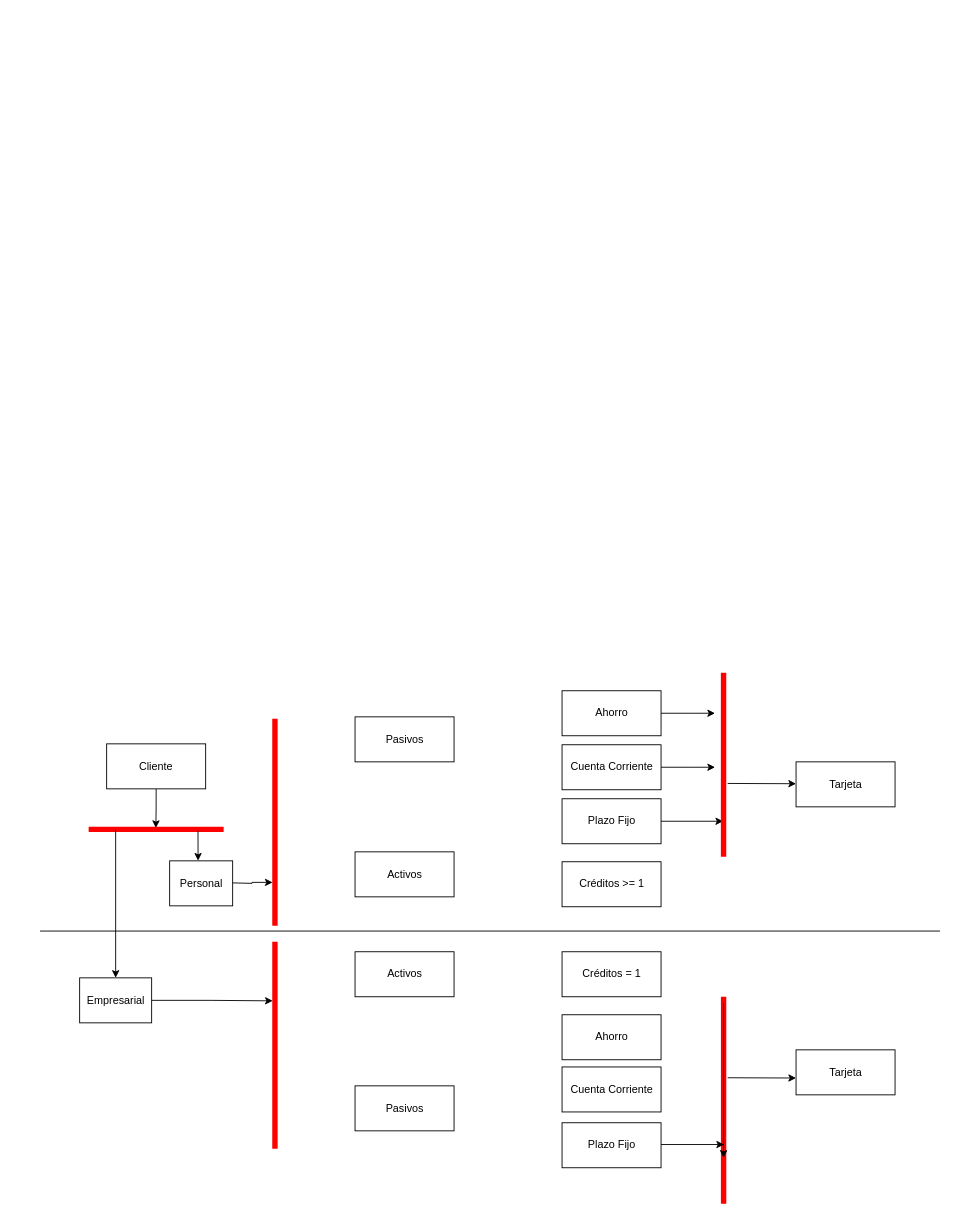
Earlier version of the draw.io diagram Untitled Diagram.drawio (SanesTony/DiagramaProyS1). Source tidied: cells renumbered, new cells numbered last; positions are measured from the earlier drawing's top-left corner, leaving out a move shared by most shapes. Both pictures are drawn from the tidied source at 90%, with x=0, y=0 at pixel (40, 690).
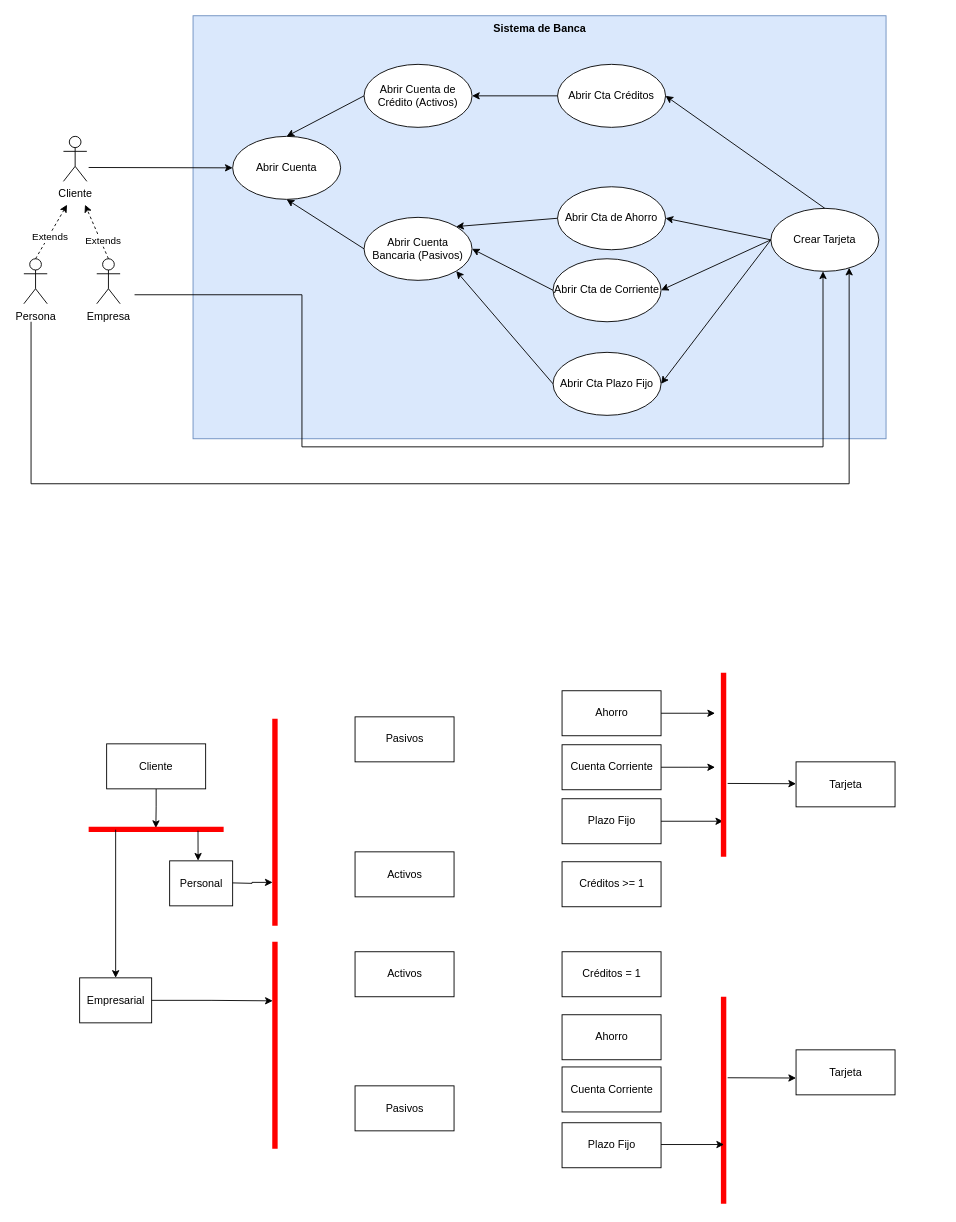
The same diagram, later.

Diff of the diagram source:
```diff
@@
+    <mxCell id="37" value="&lt;b&gt;Sistema de Banca&lt;/b&gt;" style="html=1;verticalAlign=top;fillColor=#dae8fc;strokeColor=#6c8ebf;" parent="1" vertex="1">
+      <mxGeometry x="170" y="-750" width="770" height="470" as="geometry" />
+    </mxCell>
@@
-    <mxCell id="29" style="line;strokeWidth=1;fillColor=none;align=left;verticalAlign=middle;spacingTop=-1;spacingLeft=3;spacingRight=3;labelPosition=right;" parent="1" vertex="1">
-      <mxGeometry y="263" width="1000" height="8" as="geometry" />
-    </mxCell>
@@
-    <mxCell id="34" style="edgeStyle=orthogonalEdgeStyle;rounded=0;orthogonalLoop=1;jettySize=auto;html=1;exitX=0.75;exitY=0.5;exitDx=0;exitDy=0;exitPerimeter=0;" parent="1" edge="1">
-      <mxGeometry relative="1" as="geometry">
-        <mxPoint x="759.5" y="346.5" as="sourcePoint" />
-        <mxPoint x="759.5" y="519" as="targetPoint" />
-      </mxGeometry>
-    </mxCell>
@@
+    <mxCell id="38" value="Cliente" style="shape=umlActor;verticalLabelPosition=bottom;verticalAlign=top;html=1;" parent="1" vertex="1">
+      <mxGeometry x="26" y="-616" width="26" height="50" as="geometry" />
+    </mxCell>
+    <mxCell id="39" value="Persona" style="shape=umlActor;verticalLabelPosition=bottom;verticalAlign=top;html=1;outlineConnect=0;" parent="1" vertex="1">
+      <mxGeometry x="-18" y="-480" width="26" height="50" as="geometry" />
+    </mxCell>
+    <mxCell id="40" value="Empresa" style="shape=umlActor;verticalLabelPosition=bottom;verticalAlign=top;html=1;outlineConnect=0;" parent="1" vertex="1">
+      <mxGeometry x="63" y="-480" width="26" height="50" as="geometry" />
+    </mxCell>
+    <mxCell id="41" value="Abrir Cuenta" style="ellipse;whiteSpace=wrap;html=1;" parent="1" vertex="1">
+      <mxGeometry x="214" y="-616" width="120" height="70" as="geometry" />
+    </mxCell>
+    <mxCell id="42" value="Abrir Cuenta de Crédito (Activos)" style="ellipse;whiteSpace=wrap;html=1;" parent="1" vertex="1">
+      <mxGeometry x="360" y="-696" width="120" height="70" as="geometry" />
+    </mxCell>
+    <mxCell id="43" value="Abrir Cta de Corriente" style="ellipse;whiteSpace=wrap;html=1;" parent="1" vertex="1">
+      <mxGeometry x="570" y="-480" width="120" height="70" as="geometry" />
+    </mxCell>
+    <mxCell id="44" value="Abrir Cta Plazo Fijo" style="ellipse;whiteSpace=wrap;html=1;" parent="1" vertex="1">
+      <mxGeometry x="570" y="-376" width="120" height="70" as="geometry" />
+    </mxCell>
+    <mxCell id="45" value="Abrir Cta Créditos" style="ellipse;whiteSpace=wrap;html=1;" parent="1" vertex="1">
+      <mxGeometry x="575" y="-696" width="120" height="70" as="geometry" />
+    </mxCell>
+    <mxCell id="46" value="Crear Tarjeta" style="ellipse;whiteSpace=wrap;html=1;" parent="1" vertex="1">
+      <mxGeometry x="812" y="-536" width="120" height="70" as="geometry" />
+    </mxCell>
+    <mxCell id="47" value="Abrir Cta de Ahorro" style="ellipse;whiteSpace=wrap;html=1;" parent="1" vertex="1">
+      <mxGeometry x="575" y="-560" width="120" height="70" as="geometry" />
+    </mxCell>
+    <mxCell id="48" value="Abrir Cuenta Bancaria (Pasivos)" style="ellipse;whiteSpace=wrap;html=1;" parent="1" vertex="1">
+      <mxGeometry x="360" y="-526" width="120" height="70" as="geometry" />
+    </mxCell>
+    <mxCell id="49" style="edgeStyle=orthogonalEdgeStyle;rounded=0;jettySize=auto;html=1;entryX=0.725;entryY=0.943;entryDx=0;entryDy=0;entryPerimeter=0;" parent="1" edge="1" target="46">
+      <mxGeometry relative="1" as="geometry">
+        <mxPoint x="-10" y="-410" as="sourcePoint" />
+        <Array as="points">
+          <mxPoint x="-10" y="-410" />
+          <mxPoint x="-10" y="-230" />
+          <mxPoint x="899" y="-230" />
+        </Array>
+      </mxGeometry>
+    </mxCell>
+    <mxCell id="50" style="edgeStyle=orthogonalEdgeStyle;rounded=0;jettySize=auto;html=1;entryX=0.483;entryY=1;entryDx=0;entryDy=0;entryPerimeter=0;" parent="1" edge="1" target="46">
+      <mxGeometry relative="1" as="geometry">
+        <mxPoint x="105" y="-440" as="sourcePoint" />
+        <Array as="points">
+          <mxPoint x="105" y="-440" />
+          <mxPoint x="291" y="-440" />
+          <mxPoint x="291" y="-271" />
+          <mxPoint x="870" y="-271" />
+        </Array>
+      </mxGeometry>
+    </mxCell>
+    <mxCell id="51" style="endArrow=classic;html=1;rounded=0;exitX=1;exitY=1;exitDx=0;exitDy=0;exitPerimeter=0;entryX=0;entryY=0.5;entryDx=0;entryDy=0;" parent="1" edge="1" target="41">
+      <mxGeometry relative="1" as="geometry">
+        <mxPoint x="54" y="-581.4" as="sourcePoint" />
+      </mxGeometry>
+    </mxCell>
+    <mxCell id="52" style="endArrow=classic;html=1;rounded=0;entryX=0.5;entryY=0;entryDx=0;entryDy=0;exitX=0;exitY=0.5;exitDx=0;exitDy=0;" parent="1" edge="1" source="42" target="41">
+      <mxGeometry relative="1" as="geometry" />
+    </mxCell>
+    <mxCell id="53" style="endArrow=classic;html=1;rounded=0;entryX=0.5;entryY=1;entryDx=0;entryDy=0;exitX=0;exitY=0.5;exitDx=0;exitDy=0;" parent="1" edge="1" source="48" target="41">
+      <mxGeometry relative="1" as="geometry" />
+    </mxCell>
+    <mxCell id="54" style="endArrow=classic;html=1;rounded=0;entryX=1;entryY=1;entryDx=0;entryDy=0;exitX=0;exitY=0.5;exitDx=0;exitDy=0;" parent="1" edge="1" source="44" target="48">
+      <mxGeometry relative="1" as="geometry" />
+    </mxCell>
+    <mxCell id="55" style="endArrow=classic;html=1;rounded=0;entryX=1;entryY=0.5;entryDx=0;entryDy=0;exitX=0;exitY=0.5;exitDx=0;exitDy=0;" parent="1" edge="1" source="43" target="48">
+      <mxGeometry relative="1" as="geometry" />
+    </mxCell>
+    <mxCell id="56" style="endArrow=classic;html=1;rounded=0;entryX=1;entryY=0;entryDx=0;entryDy=0;exitX=0;exitY=0.5;exitDx=0;exitDy=0;" parent="1" edge="1" source="47" target="48">
+      <mxGeometry relative="1" as="geometry" />
+    </mxCell>
+    <mxCell id="57" style="endArrow=classic;html=1;rounded=0;entryX=1;entryY=0.5;entryDx=0;entryDy=0;exitX=0;exitY=0.5;exitDx=0;exitDy=0;" parent="1" edge="1" source="46" target="47">
+      <mxGeometry relative="1" as="geometry" />
+    </mxCell>
+    <mxCell id="58" style="endArrow=classic;html=1;rounded=0;entryX=1;entryY=0.5;entryDx=0;entryDy=0;exitX=0;exitY=0.5;exitDx=0;exitDy=0;" parent="1" edge="1" source="46" target="43">
+      <mxGeometry relative="1" as="geometry" />
+    </mxCell>
+    <mxCell id="59" style="endArrow=classic;html=1;rounded=0;entryX=1;entryY=0.5;entryDx=0;entryDy=0;exitX=0;exitY=0.5;exitDx=0;exitDy=0;" parent="1" edge="1" source="46" target="44">
+      <mxGeometry relative="1" as="geometry" />
+    </mxCell>
+    <mxCell id="60" style="endArrow=classic;html=1;rounded=0;entryX=1;entryY=0.5;entryDx=0;entryDy=0;exitX=0.5;exitY=0;exitDx=0;exitDy=0;" parent="1" edge="1" source="46" target="45">
+      <mxGeometry relative="1" as="geometry" />
+    </mxCell>
+    <mxCell id="61" style="endArrow=classic;html=1;rounded=0;entryX=1;entryY=0.5;entryDx=0;entryDy=0;exitX=0;exitY=0.5;exitDx=0;exitDy=0;" parent="1" edge="1" source="45" target="42">
+      <mxGeometry relative="1" as="geometry" />
+    </mxCell>
+    <mxCell id="62" value="Extends" style="endArrow=classic;endSize=6;endFill=1;html=1;rounded=0;dashed=1;strokeWidth=1;jumpSize=5;exitX=0.5;exitY=0;exitDx=0;exitDy=0;exitPerimeter=0;" parent="1" edge="1" source="39">
+      <mxGeometry x="-0.17" y="-2" relative="1" as="geometry">
+        <mxPoint x="30" y="-540" as="targetPoint" />
+      </mxGeometry>
+    </mxCell>
+    <mxCell id="63" value="Extends" style="endArrow=classic;endSize=6;endFill=1;html=1;rounded=0;dashed=1;strokeWidth=1;jumpSize=5;exitX=0.5;exitY=0;exitDx=0;exitDy=0;exitPerimeter=0;" parent="1" edge="1" source="40">
+      <mxGeometry x="-0.37" y="-2" relative="1" as="geometry">
+        <mxPoint x="50" y="-540" as="targetPoint" />
+        <mxPoint x="1" as="offset" />
+      </mxGeometry>
+    </mxCell>
```
